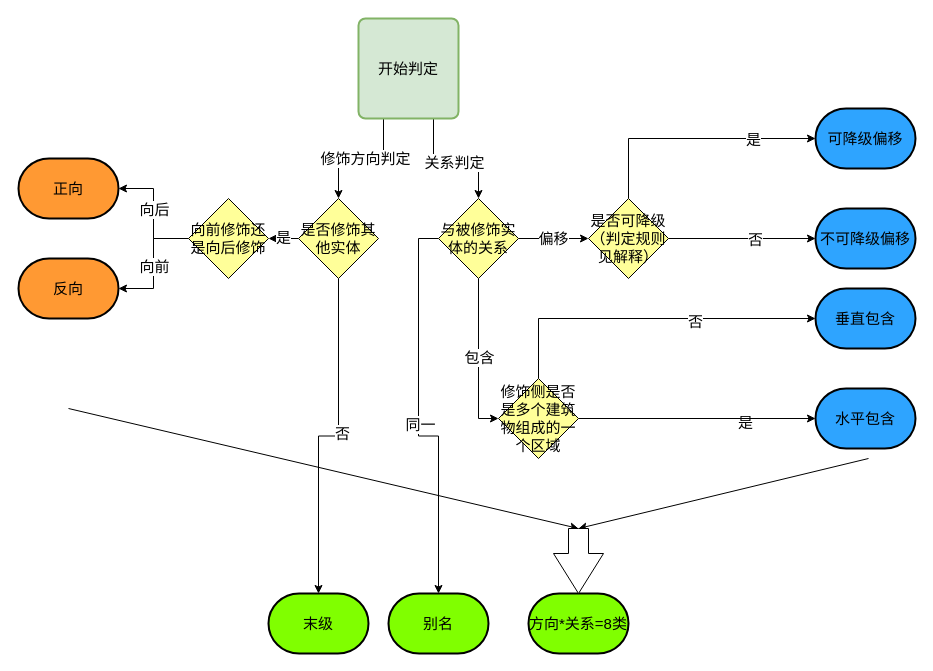
dfbblwd/word2vec keeps this draw.io diagram as Untitled Diagram.drawio. Above is the earlier version. Source tidied: cells renumbered, new cells numbered last; positions are measured from the earlier drawing's top-left corner, leaving out a move shared by most shapes. Both pictures are drawn from the tidied source at 100%, with x=0, y=0 at pixel (18, 18).
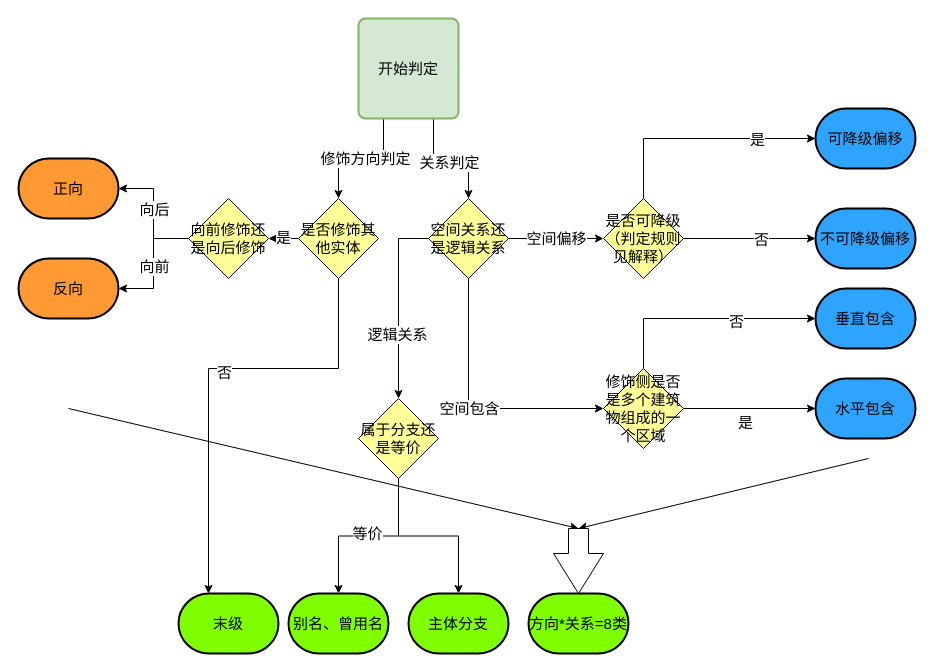
The same diagram, later.

Commit message:
地址实体分析关系判定图.drawio

The change refers to these unchanged cells:
```xml
<mxCell id="19" value="是否修饰其他实体" style="rhombus;whiteSpace=wrap;html=1;fillColor=#FFFF99;fontSize=15;" parent="1" vertex="1">
  <mxGeometry x="280" y="180" width="80" height="80" as="geometry" />
</mxCell>
<mxCell id="25" style="edgeStyle=orthogonalEdgeStyle;rounded=0;jettySize=auto;html=1;exitX=0.5;exitY=1;exitDx=0;exitDy=0;entryX=0;entryY=0.5;entryDx=0;entryDy=0;fillColor=#FFFF99;fontSize=15;" parent="1" edge="1" source="30" target="34">
  <mxGeometry relative="1" as="geometry" />
</mxCell>
```

What changed in the source:
```diff
@@
-    <mxCell id="8" value="别名" style="strokeWidth=2;html=1;shape=mxgraph.flowchart.terminator;whiteSpace=wrap;fillColor=#80FF00;fontSize=15;" parent="1" vertex="1">
-      <mxGeometry x="370" y="575" width="100" height="60" as="geometry" />
+    <mxCell id="8" value="别名、曾用名" style="strokeWidth=2;html=1;shape=mxgraph.flowchart.terminator;whiteSpace=wrap;fillColor=#80FF00;fontSize=15;" parent="1" vertex="1">
+      <mxGeometry x="270" y="575" width="100" height="60" as="geometry" />
     </mxCell>
     <mxCell id="9" value="水平包含" style="strokeWidth=2;html=1;shape=mxgraph.flowchart.terminator;whiteSpace=wrap;fillColor=#2EA4FF;fontSize=15;" parent="1" vertex="1">
-      <mxGeometry x="797" y="370" width="100" height="60" as="geometry" />
+      <mxGeometry x="797" y="360" width="100" height="60" as="geometry" />
     </mxCell>
@@
     <mxCell id="14" value="末级" style="strokeWidth=2;html=1;shape=mxgraph.flowchart.terminator;whiteSpace=wrap;fillColor=#80FF00;fontSize=15;" parent="1" vertex="1">
-      <mxGeometry x="250" y="575" width="100" height="60" as="geometry" />
+      <mxGeometry x="160" y="575" width="100" height="60" as="geometry" />
     </mxCell>
@@
     <mxCell id="17" style="edgeStyle=orthogonalEdgeStyle;rounded=0;jettySize=auto;html=1;exitX=0.5;exitY=1;exitDx=0;exitDy=0;fontSize=15;" parent="1" edge="1" source="19" target="14">
-      <mxGeometry relative="1" as="geometry" />
+      <mxGeometry relative="1" as="geometry">
+        <Array as="points">
+          <mxPoint x="320" y="350" />
+          <mxPoint x="190" y="350" />
+        </Array>
+      </mxGeometry>
     </mxCell>
@@
-    <mxCell id="26" value="包含" style="edgeLabel;html=1;align=center;verticalAlign=middle;fillColor=#FFFF99;fontSize=15;" parent="25" vertex="1">
+    <mxCell id="26" value="空间包含" style="edgeLabel;html=1;align=center;verticalAlign=middle;fillColor=#FFFF99;fontSize=15;" parent="25" vertex="1">
       <mxGeometry x="-0.03" relative="1" as="geometry" />
     </mxCell>
-    <mxCell id="27" value="偏移" style="edgeStyle=orthogonalEdgeStyle;rounded=0;jettySize=auto;html=1;exitX=1;exitY=0.5;exitDx=0;exitDy=0;fillColor=#FFFF99;fontSize=15;" parent="1" edge="1" source="30" target="40">
+    <mxCell id="27" value="空间偏移" style="edgeStyle=orthogonalEdgeStyle;rounded=0;jettySize=auto;html=1;exitX=1;exitY=0.5;exitDx=0;exitDy=0;fillColor=#FFFF99;fontSize=15;" parent="1" edge="1" source="30" target="40">
       <mxGeometry relative="1" as="geometry" />
     </mxCell>
-    <mxCell id="28" style="edgeStyle=orthogonalEdgeStyle;rounded=0;jettySize=auto;html=1;exitX=0;exitY=0.5;exitDx=0;exitDy=0;entryX=0.5;entryY=0;entryDx=0;entryDy=0;entryPerimeter=0;fontSize=15;" parent="1" edge="1" source="30" target="8">
-      <mxGeometry relative="1" as="geometry" />
-    </mxCell>
-    <mxCell id="29" value="同一" style="edgeLabel;html=1;align=center;verticalAlign=middle;fillColor=#FFFF99;fontSize=15;" parent="28" vertex="1">
-      <mxGeometry x="0.04" y="1" relative="1" as="geometry" />
-    </mxCell>
+    <mxCell id="45" style="edgeStyle=orthogonalEdgeStyle;rounded=0;jettySize=auto;html=1;exitX=0;exitY=0.5;exitDx=0;exitDy=0;fillColor=#FFFF99;fontSize=15;" parent="1" edge="1" source="30" target="50">
+      <mxGeometry relative="1" as="geometry" />
+    </mxCell>
+    <mxCell id="46" value="逻辑关系" style="edgeLabel;html=1;align=center;verticalAlign=middle;fontSize=15;" parent="45" vertex="1">
+      <mxGeometry x="0.32" y="-2" relative="1" as="geometry" />
+    </mxCell>
-    <mxCell id="30" value="与被修饰实体的关系" style="rhombus;whiteSpace=wrap;html=1;fillColor=#FFFF99;fontSize=15;" parent="1" vertex="1">
-      <mxGeometry x="420" y="180" width="80" height="80" as="geometry" />
+    <mxCell id="30" value="空间关系还是逻辑关系" style="rhombus;whiteSpace=wrap;html=1;fillColor=#FFFF99;fontSize=15;" parent="1" vertex="1">
+      <mxGeometry x="410" y="180" width="80" height="80" as="geometry" />
     </mxCell>
@@
     <mxCell id="34" value="修饰侧是否是多个建筑物组成的一个区域" style="rhombus;whiteSpace=wrap;html=1;fillColor=#FFFF99;fontSize=15;" parent="1" vertex="1">
-      <mxGeometry x="480" y="360" width="80" height="80" as="geometry" />
+      <mxGeometry x="585" y="350" width="80" height="80" as="geometry" />
     </mxCell>
@@
     <mxCell id="40" value="是否可降级&lt;br&gt;（判定规则见解释）" style="rhombus;whiteSpace=wrap;html=1;fillColor=#FFFF99;fontSize=15;" parent="1" vertex="1">
-      <mxGeometry x="570" y="180" width="80" height="80" as="geometry" />
+      <mxGeometry x="585" y="180" width="80" height="80" as="geometry" />
     </mxCell>
@@
+    <mxCell id="47" style="edgeStyle=orthogonalEdgeStyle;rounded=0;jettySize=auto;html=1;exitX=0.5;exitY=1;exitDx=0;exitDy=0;fillColor=#FFFF99;fontSize=15;" parent="1" edge="1" source="50" target="8">
+      <mxGeometry relative="1" as="geometry" />
+    </mxCell>
+    <mxCell id="48" value="等价" style="edgeLabel;html=1;align=center;verticalAlign=middle;fontSize=15;" parent="47" vertex="1">
+      <mxGeometry x="0.02" y="-3" relative="1" as="geometry" />
+    </mxCell>
+    <mxCell id="49" style="edgeStyle=orthogonalEdgeStyle;rounded=0;jettySize=auto;html=1;exitX=0.5;exitY=1;exitDx=0;exitDy=0;entryX=0.5;entryY=0;entryDx=0;entryDy=0;entryPerimeter=0;fillColor=#FFFF99;fontSize=15;" parent="1" edge="1" source="50" target="51">
+      <mxGeometry relative="1" as="geometry" />
+    </mxCell>
+    <mxCell id="50" value="属于分支还是等价" style="rhombus;whiteSpace=wrap;html=1;fillColor=#FFFF99;fontSize=15;" parent="1" vertex="1">
+      <mxGeometry x="340" y="380" width="80" height="80" as="geometry" />
+    </mxCell>
+    <mxCell id="51" value="主体分支" style="strokeWidth=2;html=1;shape=mxgraph.flowchart.terminator;whiteSpace=wrap;fillColor=#80FF00;fontSize=15;" parent="1" vertex="1">
+      <mxGeometry x="390" y="575" width="100" height="60" as="geometry" />
+    </mxCell>
```
